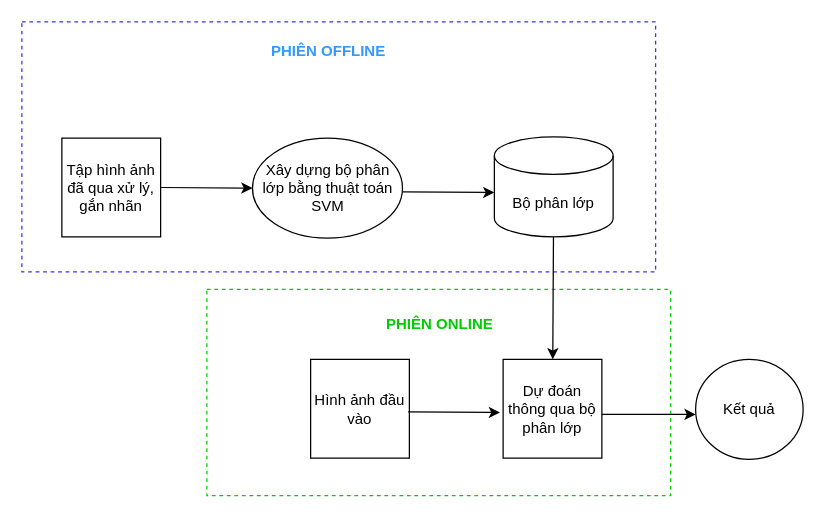
blackpigkun/Week1Homework keeps this draw.io diagram as KHUNGLYTHUYETNGHIENCUU.drawio. Above is the earlier version. Source tidied: cells renumbered, new cells numbered last; positions are measured from the earlier drawing's top-left corner, leaving out a move shared by most shapes. Both pictures are drawn from the tidied source at 125%, with x=0, y=0 at pixel (21, 21).
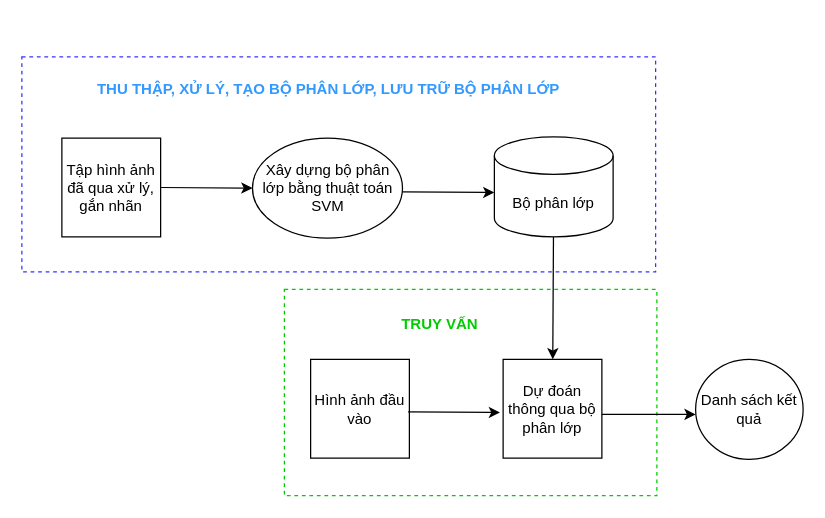
Above is the later version.

Diff of the diagram source:
```diff
@@
 <mxGraphModel>
   <root>
     <mxCell id="0" />
     <mxCell id="1" parent="0" />
     <mxCell id="2" style="rounded=0;whiteSpace=wrap;html=1;dashed=1;strokeColor=#3333FF;" parent="1" vertex="1">
-      <mxGeometry width="507" height="200" as="geometry" />
+      <mxGeometry y="28" width="507" height="172" as="geometry" />
     </mxCell>
-    <mxCell id="3" value="&lt;b&gt;&lt;font color=&quot;#3399ff&quot;&gt;PHIÊN OFFLINE&lt;/font&gt;&lt;/b&gt;" style="text;html=1;align=center;verticalAlign=middle;strokeColor=none;fillColor=none;" parent="1" vertex="1">
-      <mxGeometry x="190" y="11" width="109" height="26" as="geometry" />
+    <mxCell id="3" value="&lt;b&gt;&lt;font color=&quot;#3399ff&quot;&gt;THU THẬP, XỬ LÝ, TẠO BỘ PHÂN LỚP, LƯU TRỮ BỘ PHÂN LỚP&lt;/font&gt;&lt;/b&gt;" style="text;html=1;align=center;verticalAlign=middle;strokeColor=none;fillColor=none;" parent="1" vertex="1">
+      <mxGeometry x="51" y="41" width="388" height="26" as="geometry" />
     </mxCell>
     <mxCell id="4" value="Tập hình ảnh đã qua xử lý, gắn nhãn" style="whiteSpace=wrap;html=1;strokeColor=#000000;" parent="1" vertex="1">
       <mxGeometry x="32" y="93" width="79" height="79" as="geometry" />
     </mxCell>
     <mxCell id="5" value="Xây dựng bộ phân lớp bằng thuật toán SVM" style="ellipse;whiteSpace=wrap;html=1;strokeColor=#000000;" parent="1" vertex="1">
       <mxGeometry x="184.5" y="93" width="120" height="80" as="geometry" />
     </mxCell>
     <mxCell id="6" value="Bộ phân lớp" style="shape=cylinder3;whiteSpace=wrap;html=1;boundedLbl=1;backgroundOutline=1;size=15;strokeColor=#000000;" parent="1" vertex="1">
       <mxGeometry x="378" y="92" width="95" height="80" as="geometry" />
     </mxCell>
     <mxCell id="7" style="endArrow=classic;html=1;rounded=0;fontColor=#3399FF;exitX=1;exitY=0.5;exitDx=0;exitDy=0;entryX=0;entryY=0.5;entryDx=0;entryDy=0;" parent="1" edge="1" source="4" target="5">
       <mxGeometry relative="1" as="geometry" />
     </mxCell>
     <mxCell id="8" style="endArrow=classic;html=1;rounded=0;fontColor=#3399FF;exitX=1;exitY=0.5;exitDx=0;exitDy=0;entryX=0;entryY=0.5;entryDx=0;entryDy=0;" parent="1" edge="1">
       <mxGeometry relative="1" as="geometry">
         <mxPoint x="304.5" y="136" as="sourcePoint" />
         <mxPoint x="378" y="136.5" as="targetPoint" />
       </mxGeometry>
     </mxCell>
     <mxCell id="9" style="rounded=0;whiteSpace=wrap;html=1;dashed=1;strokeColor=#00CC00;" parent="1" vertex="1">
-      <mxGeometry x="148" y="214" width="371" height="165" as="geometry" />
+      <mxGeometry x="210" y="214" width="298" height="165" as="geometry" />
     </mxCell>
     <mxCell id="10" value="Hình ảnh đầu vào" style="whiteSpace=wrap;html=1;strokeColor=#000000;" parent="1" vertex="1">
       <mxGeometry x="231" y="270" width="79" height="79" as="geometry" />
     </mxCell>
-    <mxCell id="11" value="&lt;b&gt;&lt;font color=&quot;#00cc00&quot;&gt;PHIÊN ONLINE&lt;/font&gt;&lt;/b&gt;" style="text;html=1;align=center;verticalAlign=middle;strokeColor=none;fillColor=none;" parent="1" vertex="1">
-      <mxGeometry x="282" y="229" width="103" height="26" as="geometry" />
+    <mxCell id="11" value="&lt;b&gt;&lt;font color=&quot;#00cc00&quot;&gt;TRUY VẤN&lt;/font&gt;&lt;/b&gt;" style="text;html=1;align=center;verticalAlign=middle;strokeColor=none;fillColor=none;" parent="1" vertex="1">
+      <mxGeometry x="294" y="229" width="79" height="26" as="geometry" />
     </mxCell>
     <mxCell id="12" value="Dự đoán thông qua bộ phân lớp" style="whiteSpace=wrap;html=1;strokeColor=#000000;" parent="1" vertex="1">
       <mxGeometry x="385" y="270" width="79" height="79" as="geometry" />
     </mxCell>
     <mxCell id="13" style="endArrow=classic;html=1;rounded=0;fontColor=#3399FF;exitX=1;exitY=0.5;exitDx=0;exitDy=0;entryX=0;entryY=0.5;entryDx=0;entryDy=0;" parent="1" edge="1">
       <mxGeometry relative="1" as="geometry">
         <mxPoint x="309" y="312" as="sourcePoint" />
         <mxPoint x="382.5" y="312.5" as="targetPoint" />
       </mxGeometry>
     </mxCell>
     <mxCell id="14" style="endArrow=classic;html=1;rounded=0;fontColor=#00CC00;" parent="1" edge="1" source="6" target="12">
       <mxGeometry relative="1" as="geometry" />
     </mxCell>
     <mxCell id="15" style="endArrow=classic;html=1;rounded=0;fontColor=#00CC00;" parent="1" edge="1">
       <mxGeometry relative="1" as="geometry">
         <mxPoint x="464" y="314" as="sourcePoint" />
         <mxPoint x="539" y="314" as="targetPoint" />
       </mxGeometry>
     </mxCell>
-    <mxCell id="16" value="&lt;font color=&quot;#000000&quot;&gt;Kết quả&lt;/font&gt;" style="ellipse;whiteSpace=wrap;html=1;fontColor=#00CC00;strokeColor=#000000;" parent="1" vertex="1">
+    <mxCell id="16" value="&lt;font color=&quot;#000000&quot;&gt;Danh sách kết quả&lt;/font&gt;" style="ellipse;whiteSpace=wrap;html=1;fontColor=#00CC00;strokeColor=#000000;" parent="1" vertex="1">
       <mxGeometry x="539" y="270" width="86" height="80" as="geometry" />
     </mxCell>
   </root>
 </mxGraphModel>
```
